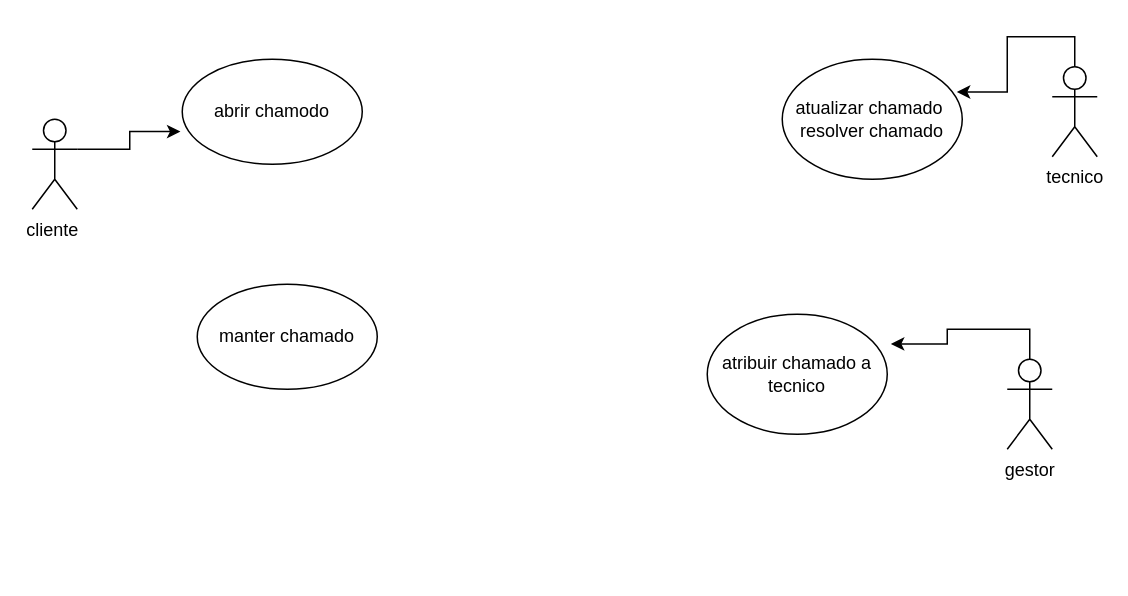
This is page "tecnico de chamada" (5 of 7) of Diagrama sem nome.drawio from edilenecamila07/diagramasderequisitos, a draw.io file, before an edit. Source tidied: cells renumbered, new cells numbered last; positions are measured from the earlier drawing's top-left corner, leaving out a move shared by most shapes. Both pictures are drawn from the tidied source at 150%, with x=0, y=0 at pixel (32, 58).
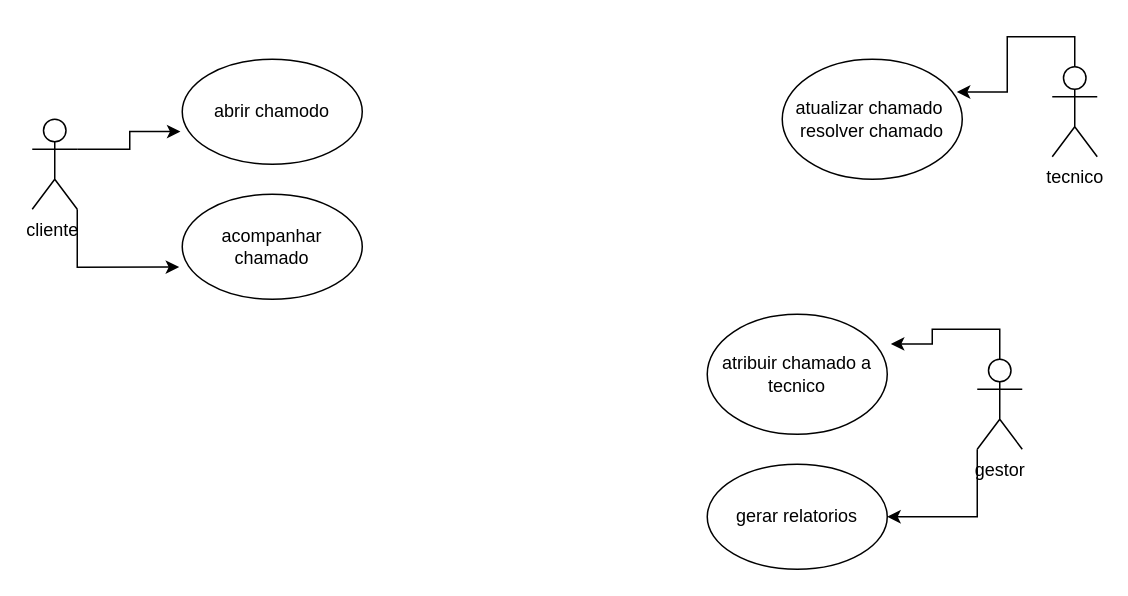
The same diagram, later.

Change to the diagram source:
```diff
@@
 <mxGraphModel>
   <root>
     <mxCell id="0" />
     <mxCell id="1" parent="0" />
     <mxCell id="2" value="cliente&amp;nbsp;" style="shape=umlActor;verticalLabelPosition=bottom;verticalAlign=top;html=1;" parent="1" vertex="1">
       <mxGeometry y="40" width="30" height="60" as="geometry" />
     </mxCell>
     <mxCell id="3" value="abrir chamodo" style="ellipse;whiteSpace=wrap;html=1;" parent="1" vertex="1">
       <mxGeometry x="100" width="120" height="70" as="geometry" />
     </mxCell>
-    <mxCell id="4" value="manter chamado" style="ellipse;whiteSpace=wrap;html=1;" parent="1" vertex="1">
-      <mxGeometry x="110" y="150" width="120" height="70" as="geometry" />
+    <mxCell id="4" value="acompanhar chamado" style="ellipse;whiteSpace=wrap;html=1;" parent="1" vertex="1">
+      <mxGeometry x="100" y="90" width="120" height="70" as="geometry" />
     </mxCell>
     <mxCell id="5" style="edgeStyle=orthogonalEdgeStyle;rounded=0;orthogonalLoop=1;jettySize=auto;html=1;exitX=0.5;exitY=1;exitDx=0;exitDy=0;" parent="1" edge="1" source="3" target="3">
       <mxGeometry relative="1" as="geometry" />
     </mxCell>
     <mxCell id="6" style="edgeStyle=orthogonalEdgeStyle;rounded=0;orthogonalLoop=1;jettySize=auto;html=1;exitX=0.5;exitY=1;exitDx=0;exitDy=0;" parent="1" edge="1" source="3" target="3">
       <mxGeometry relative="1" as="geometry" />
     </mxCell>
     <mxCell id="7" style="edgeStyle=orthogonalEdgeStyle;rounded=0;jettySize=auto;html=1;exitX=1;exitY=0.3333333333333333;exitDx=0;exitDy=0;exitPerimeter=0;entryX=-0.01;entryY=0.689;entryDx=0;entryDy=0;entryPerimeter=0;" parent="1" edge="1" source="2" target="3">
       <mxGeometry relative="1" as="geometry" />
     </mxCell>
     <mxCell id="8" value="atribuir chamado a tecnico" style="ellipse;whiteSpace=wrap;html=1;" parent="1" vertex="1">
       <mxGeometry x="450" y="170" width="120" height="80" as="geometry" />
     </mxCell>
     <mxCell id="9" value="tecnico" style="shape=umlActor;verticalLabelPosition=bottom;verticalAlign=top;html=1;outlineConnect=0;" parent="1" vertex="1">
       <mxGeometry x="680" y="5" width="30" height="60" as="geometry" />
     </mxCell>
+    <mxCell id="14" style="edgeStyle=orthogonalEdgeStyle;rounded=0;jettySize=auto;html=1;exitX=0;exitY=1;exitDx=0;exitDy=0;exitPerimeter=0;entryX=1;entryY=0.5;entryDx=0;entryDy=0;" parent="1" edge="1" source="10" target="16">
+      <mxGeometry relative="1" as="geometry" />
+    </mxCell>
     <mxCell id="10" value="gestor" style="shape=umlActor;verticalLabelPosition=bottom;verticalAlign=top;html=1;outlineConnect=0;" parent="1" vertex="1">
-      <mxGeometry x="650" y="200" width="30" height="60" as="geometry" />
+      <mxGeometry x="630" y="200" width="30" height="60" as="geometry" />
     </mxCell>
     <mxCell id="11" value="atualizar chamado&amp;nbsp;&lt;div&gt;resolver chamado&lt;/div&gt;" style="ellipse;whiteSpace=wrap;html=1;" parent="1" vertex="1">
       <mxGeometry x="500" width="120" height="80" as="geometry" />
     </mxCell>
     <mxCell id="12" style="edgeStyle=orthogonalEdgeStyle;rounded=0;jettySize=auto;html=1;exitX=0.5;exitY=0;exitDx=0;exitDy=0;exitPerimeter=0;entryX=1.02;entryY=0.247;entryDx=0;entryDy=0;entryPerimeter=0;" parent="1" edge="1" source="10" target="8">
       <mxGeometry relative="1" as="geometry" />
     </mxCell>
     <mxCell id="13" style="edgeStyle=orthogonalEdgeStyle;rounded=0;jettySize=auto;html=1;exitX=0.5;exitY=0;exitDx=0;exitDy=0;exitPerimeter=0;entryX=0.97;entryY=0.273;entryDx=0;entryDy=0;entryPerimeter=0;" parent="1" edge="1" source="9" target="11">
       <mxGeometry relative="1" as="geometry" />
     </mxCell>
+    <mxCell id="15" style="edgeStyle=orthogonalEdgeStyle;rounded=0;jettySize=auto;html=1;exitX=1;exitY=1;exitDx=0;exitDy=0;exitPerimeter=0;entryX=-0.017;entryY=0.694;entryDx=0;entryDy=0;entryPerimeter=0;" parent="1" edge="1" source="2" target="4">
+      <mxGeometry relative="1" as="geometry" />
+    </mxCell>
+    <mxCell id="16" value="gerar relatorios" style="ellipse;whiteSpace=wrap;html=1;" parent="1" vertex="1">
+      <mxGeometry x="450" y="270" width="120" height="70" as="geometry" />
+    </mxCell>
   </root>
 </mxGraphModel>
```
